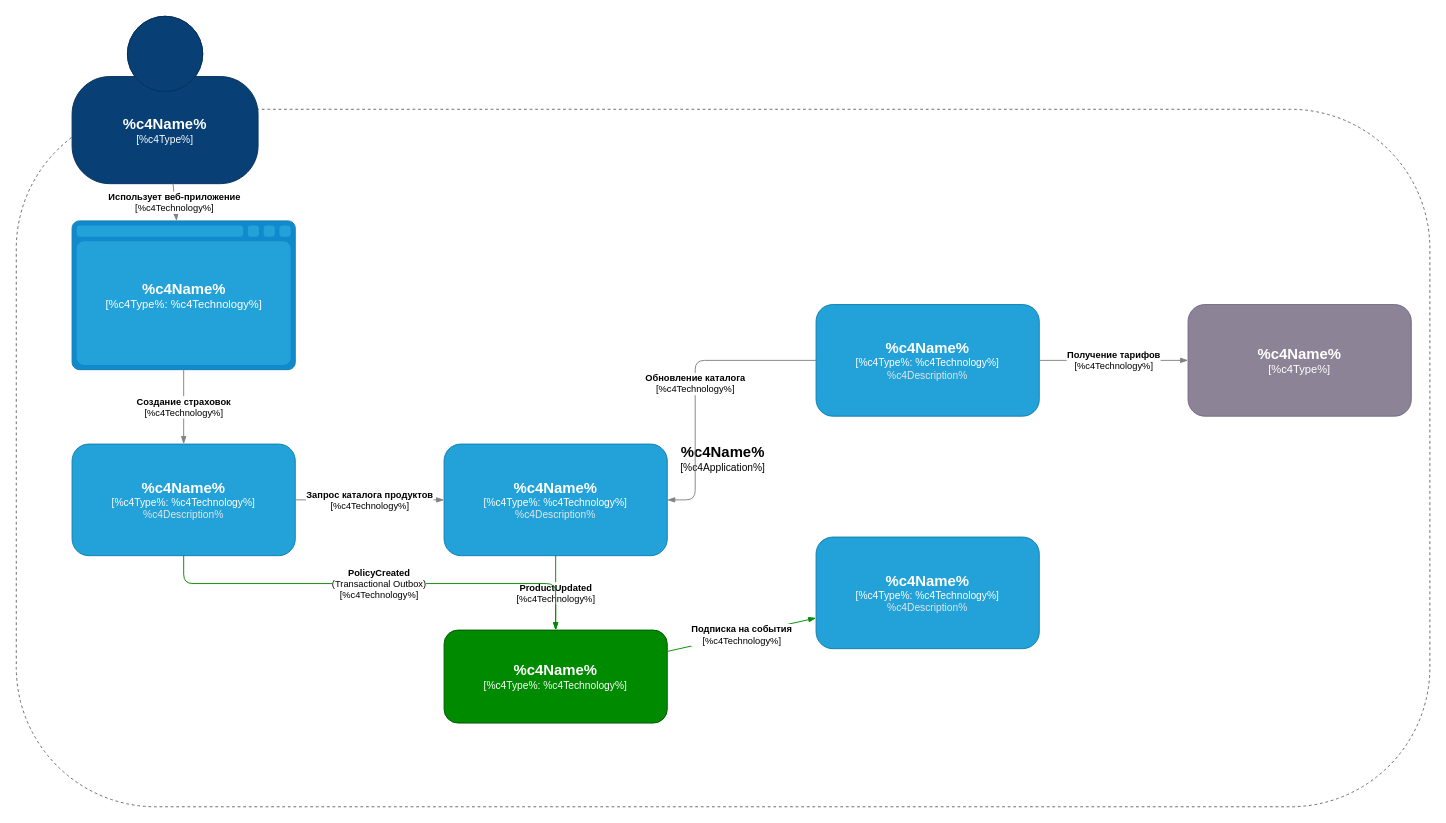
Above: Task3/InsureTech_C4_event-driven.drawio.xml in artyomich/architecture-insuretech (draw.io), before the change. Source tidied: cells renumbered, new cells numbered last; positions are measured from the earlier drawing's top-left corner, leaving out a move shared by most shapes. Both pictures are drawn from the tidied source at 93%, with x=0, y=0 at pixel (16, 16).
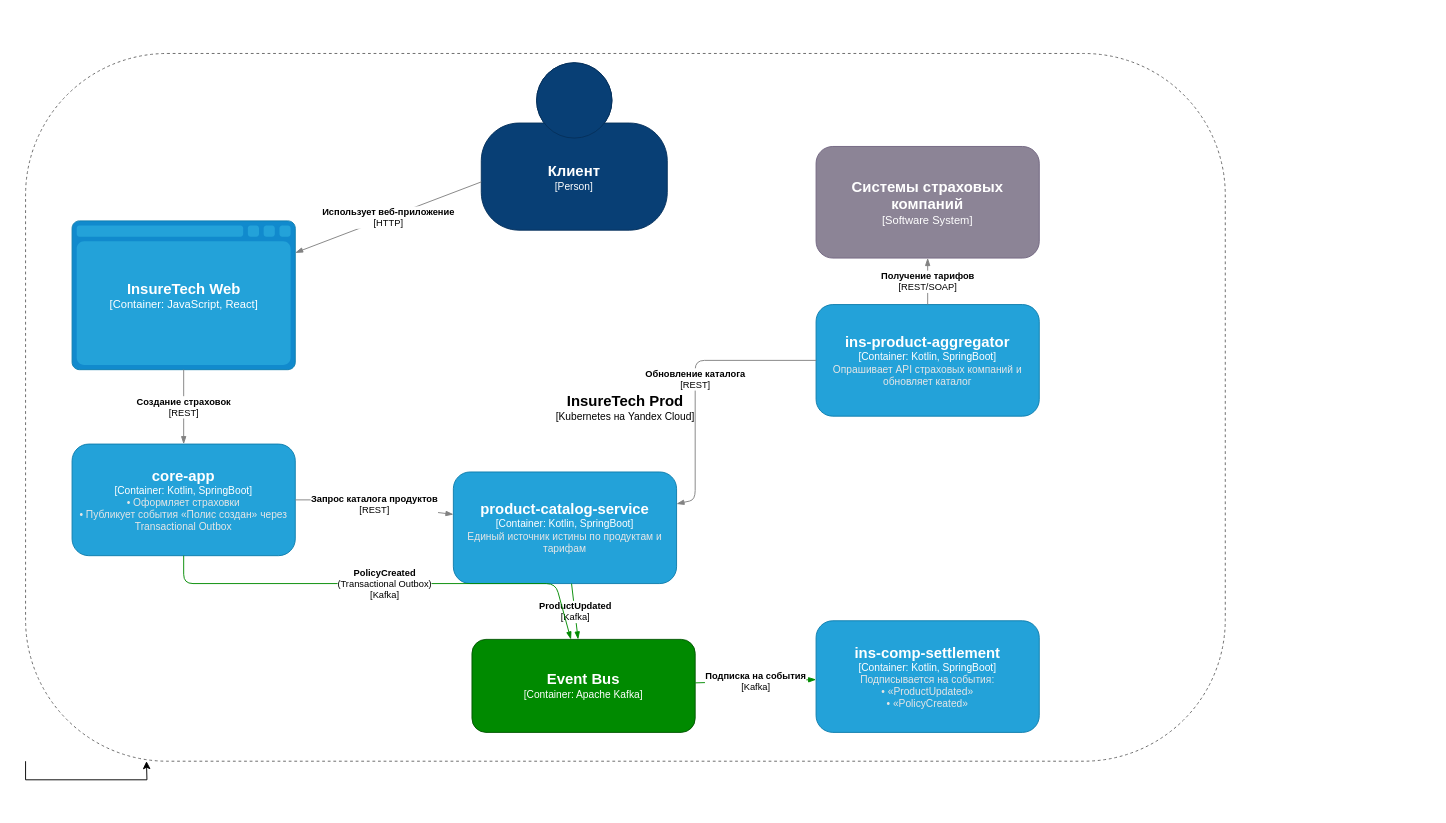
The same page after the edit.

What changed in the source:
```diff
@@
+    <mxCell id="19" style="edgeStyle=orthogonalEdgeStyle;rounded=0;jettySize=auto;html=1;exitX=0;exitY=1;exitDx=0;exitDy=0;" parent="1" edge="1" source="2">
+      <mxGeometry relative="1" as="geometry">
+        <mxPoint x="140" y="801" as="targetPoint" />
+      </mxGeometry>
+    </mxCell>
-    <mxCell id="2" value="&lt;font style=&quot;font-size: 16px&quot;&gt;&lt;b&gt;%c4Name%&lt;/b&gt;&lt;/font&gt;&lt;div&gt;[%c4Application%]&lt;/div&gt;" style="rounded=1;fontSize=11;whiteSpace=wrap;html=1;dashed=1;arcSize=20;fillColor=none;strokeColor=#666666;" parent="1" vertex="1">
-      <mxGeometry y="100" width="1520" height="750" as="geometry" />
+    <mxCell id="2" value="&lt;font style=&quot;font-size: 16px&quot;&gt;&lt;b&gt;InsureTech Prod&lt;/b&gt;&lt;/font&gt;&lt;div&gt;[Kubernetes на Yandex Cloud]&lt;/div&gt;" style="rounded=1;fontSize=11;whiteSpace=wrap;html=1;dashed=1;arcSize=20;fillColor=none;strokeColor=#666666;" parent="1" vertex="1">
+      <mxGeometry x="10" y="40" width="1290" height="761" as="geometry" />
     </mxCell>
-    <mxCell id="3" value="&lt;font style=&quot;font-size: 16px&quot;&gt;&lt;b&gt;%c4Name%&lt;/b&gt;&lt;/font&gt;&lt;div&gt;[%c4Type%]&lt;/div&gt;" style="html=1;fontSize=11;whiteSpace=wrap;fillColor=#083F75;strokeColor=#06315C;fontColor=#ffffff;shape=mxgraph.c4.person2;" parent="1" vertex="1">
-      <mxGeometry x="60" width="200" height="180" as="geometry" />
+    <mxCell id="3" value="&lt;font style=&quot;font-size: 16px&quot;&gt;&lt;b&gt;Клиент&lt;/b&gt;&lt;/font&gt;&lt;div&gt;[Person]&lt;/div&gt;" style="html=1;fontSize=11;whiteSpace=wrap;fillColor=#083F75;strokeColor=#06315C;fontColor=#ffffff;shape=mxgraph.c4.person2;" parent="1" vertex="1">
+      <mxGeometry x="500" y="50" width="200" height="180" as="geometry" />
     </mxCell>
-    <mxCell id="4" value="&lt;font style=&quot;font-size: 16px&quot;&gt;&lt;b&gt;%c4Name%&lt;/b&gt;&lt;/font&gt;&lt;div&gt;[%c4Type%: %c4Technology%]&lt;/div&gt;" style="shape=mxgraph.c4.webBrowserContainer2;html=1;fillColor=#23A2D9;strokeColor=#118ACD;fontColor=#ffffff;" parent="1" vertex="1">
+    <mxCell id="4" value="&lt;font style=&quot;font-size: 16px&quot;&gt;&lt;b&gt;InsureTech Web&lt;/b&gt;&lt;/font&gt;&lt;div&gt;[Container: JavaScript, React]&lt;/div&gt;" style="shape=mxgraph.c4.webBrowserContainer2;html=1;fillColor=#23A2D9;strokeColor=#118ACD;fontColor=#ffffff;" parent="1" vertex="1">
       <mxGeometry x="60" y="220" width="240" height="160" as="geometry" />
     </mxCell>
-    <mxCell id="5" value="&lt;font style=&quot;font-size: 16px&quot;&gt;&lt;b&gt;%c4Name%&lt;/b&gt;&lt;/font&gt;&lt;div&gt;[%c4Type%: %c4Technology%]&lt;/div&gt;&lt;div&gt;&lt;font style=&quot;font-size: 11px; color: #E6E6E6&quot;&gt;%c4Description%&lt;/font&gt;&lt;/div&gt;" style="rounded=1;whiteSpace=wrap;html=1;fontSize=11;fillColor=#23A2D9;fontColor=#ffffff;align=center;strokeColor=#0E7DAD;" parent="1" vertex="1">
+    <mxCell id="5" value="&lt;font style=&quot;font-size: 16px&quot;&gt;&lt;b&gt;core-app&lt;/b&gt;&lt;/font&gt;&lt;div&gt;[Container: Kotlin, SpringBoot]&lt;/div&gt;&lt;div&gt;&lt;font style=&quot;font-size: 11px; color: #E6E6E6&quot;&gt;• Оформляет страховки&#10;• Публикует события «Полис создан» через Transactional Outbox&lt;/font&gt;&lt;/div&gt;" style="rounded=1;whiteSpace=wrap;html=1;fontSize=11;fillColor=#23A2D9;fontColor=#ffffff;align=center;strokeColor=#0E7DAD;" parent="1" vertex="1">
       <mxGeometry x="60" y="460" width="240" height="120" as="geometry" />
     </mxCell>
-    <mxCell id="6" value="&lt;font style=&quot;font-size: 16px&quot;&gt;&lt;b&gt;%c4Name%&lt;/b&gt;&lt;/font&gt;&lt;div&gt;[%c4Type%: %c4Technology%]&lt;/div&gt;&lt;div&gt;&lt;font style=&quot;font-size: 11px; color: #E6E6E6&quot;&gt;%c4Description%&lt;/font&gt;&lt;/div&gt;" style="rounded=1;whiteSpace=wrap;html=1;fontSize=11;fillColor=#23A2D9;fontColor=#ffffff;align=center;strokeColor=#0E7DAD;" parent="1" vertex="1">
-      <mxGeometry x="460" y="460" width="240" height="120" as="geometry" />
+    <mxCell id="6" value="&lt;font style=&quot;font-size: 16px&quot;&gt;&lt;b&gt;product-catalog-service&lt;/b&gt;&lt;/font&gt;&lt;div&gt;[Container: Kotlin, SpringBoot]&lt;/div&gt;&lt;div&gt;&lt;font style=&quot;font-size: 11px; color: #E6E6E6&quot;&gt;Единый источник истины по продуктам и тарифам&lt;/font&gt;&lt;/div&gt;" style="rounded=1;whiteSpace=wrap;html=1;fontSize=11;fillColor=#23A2D9;fontColor=#ffffff;align=center;strokeColor=#0E7DAD;" parent="1" vertex="1">
+      <mxGeometry x="470" y="490" width="240" height="120" as="geometry" />
     </mxCell>
-    <mxCell id="7" value="&lt;font style=&quot;font-size: 16px&quot;&gt;&lt;b&gt;%c4Name%&lt;/b&gt;&lt;/font&gt;&lt;div&gt;[%c4Type%: %c4Technology%]&lt;/div&gt;&lt;div&gt;&lt;font style=&quot;font-size: 11px; color: #E6E6E6&quot;&gt;%c4Description%&lt;/font&gt;&lt;/div&gt;" style="rounded=1;whiteSpace=wrap;html=1;fontSize=11;fillColor=#23A2D9;fontColor=#ffffff;align=center;strokeColor=#0E7DAD;" parent="1" vertex="1">
+    <mxCell id="7" value="&lt;font style=&quot;font-size: 16px&quot;&gt;&lt;b&gt;ins-product-aggregator&lt;/b&gt;&lt;/font&gt;&lt;div&gt;[Container: Kotlin, SpringBoot]&lt;/div&gt;&lt;div&gt;&lt;font style=&quot;font-size: 11px; color: #E6E6E6&quot;&gt;Опрашивает API страховых компаний и обновляет каталог&lt;/font&gt;&lt;/div&gt;" style="rounded=1;whiteSpace=wrap;html=1;fontSize=11;fillColor=#23A2D9;fontColor=#ffffff;align=center;strokeColor=#0E7DAD;" parent="1" vertex="1">
       <mxGeometry x="860" y="310" width="240" height="120" as="geometry" />
     </mxCell>
-    <mxCell id="8" value="&lt;font style=&quot;font-size: 16px&quot;&gt;&lt;b&gt;%c4Name%&lt;/b&gt;&lt;/font&gt;&lt;div&gt;[%c4Type%: %c4Technology%]&lt;/div&gt;&lt;div&gt;&lt;font style=&quot;font-size: 11px; color: #E6E6E6&quot;&gt;%c4Description%&lt;/font&gt;&lt;/div&gt;" style="rounded=1;whiteSpace=wrap;html=1;fontSize=11;fillColor=#23A2D9;fontColor=#ffffff;align=center;strokeColor=#0E7DAD;" parent="1" vertex="1">
-      <mxGeometry x="860" y="560" width="240" height="120" as="geometry" />
+    <mxCell id="8" value="&lt;font style=&quot;font-size: 16px&quot;&gt;&lt;b&gt;ins-comp-settlement&lt;/b&gt;&lt;/font&gt;&lt;div&gt;[Container: Kotlin, SpringBoot]&lt;/div&gt;&lt;div&gt;&lt;font style=&quot;font-size: 11px; color: #E6E6E6&quot;&gt;Подписывается на события:&#10;• «ProductUpdated»&#10;• «PolicyCreated»&lt;/font&gt;&lt;/div&gt;" style="rounded=1;whiteSpace=wrap;html=1;fontSize=11;fillColor=#23A2D9;fontColor=#ffffff;align=center;strokeColor=#0E7DAD;" parent="1" vertex="1">
+      <mxGeometry x="860" y="650" width="240" height="120" as="geometry" />
     </mxCell>
-    <mxCell id="9" value="&lt;font style=&quot;font-size: 16px&quot;&gt;&lt;b&gt;%c4Name%&lt;/b&gt;&lt;/font&gt;&lt;div&gt;[%c4Type%: %c4Technology%]&lt;/div&gt;" style="rounded=1;whiteSpace=wrap;html=1;fontSize=11;fillColor=#008a00;fontColor=#ffffff;align=center;strokeColor=#005700;" parent="1" vertex="1">
-      <mxGeometry x="460" y="660" width="240" height="100" as="geometry" />
+    <mxCell id="9" value="&lt;font style=&quot;font-size: 16px&quot;&gt;&lt;b&gt;Event Bus&lt;/b&gt;&lt;/font&gt;&lt;div&gt;[Container: Apache Kafka]&lt;/div&gt;" style="rounded=1;whiteSpace=wrap;html=1;fontSize=11;fillColor=#008a00;fontColor=#ffffff;align=center;strokeColor=#005700;" parent="1" vertex="1">
+      <mxGeometry x="490" y="670" width="240" height="100" as="geometry" />
     </mxCell>
-    <mxCell id="10" value="&lt;font style=&quot;font-size: 16px&quot;&gt;&lt;b&gt;%c4Name%&lt;/b&gt;&lt;/font&gt;&lt;div&gt;[%c4Type%]&lt;/div&gt;" style="rounded=1;whiteSpace=wrap;html=1;fillColor=#8C8496;fontColor=#ffffff;align=center;strokeColor=#736782;" parent="1" vertex="1">
-      <mxGeometry x="1260" y="310" width="240" height="120" as="geometry" />
+    <mxCell id="10" value="&lt;font style=&quot;font-size: 16px&quot;&gt;&lt;b&gt;Системы страховых компаний&lt;/b&gt;&lt;/font&gt;&lt;div&gt;[Software System]&lt;/div&gt;" style="rounded=1;whiteSpace=wrap;html=1;fillColor=#8C8496;fontColor=#ffffff;align=center;strokeColor=#736782;" parent="1" vertex="1">
+      <mxGeometry x="860" y="140" width="240" height="120" as="geometry" />
     </mxCell>
-    <mxCell id="11" value="&lt;b&gt;Использует веб-приложение&lt;/b&gt;&lt;br&gt;[%c4Technology%]" style="endArrow=blockThin;html=1;fontSize=10;strokeColor=#828282;" parent="1" edge="1" source="3" target="4">
+    <mxCell id="11" value="&lt;b&gt;Использует веб-приложение&lt;/b&gt;&lt;br&gt;[HTTP]" style="endArrow=blockThin;html=1;fontSize=10;strokeColor=#828282;" parent="1" edge="1" source="3" target="4">
       <mxGeometry relative="1" as="geometry" />
     </mxCell>
-    <mxCell id="12" value="&lt;b&gt;Создание страховок&lt;/b&gt;&lt;br&gt;[%c4Technology%]" style="endArrow=blockThin;html=1;fontSize=10;strokeColor=#828282;" parent="1" edge="1" source="4" target="5">
+    <mxCell id="12" value="&lt;b&gt;Создание страховок&lt;/b&gt;&lt;br&gt;[REST]" style="endArrow=blockThin;html=1;fontSize=10;strokeColor=#828282;" parent="1" edge="1" source="4" target="5">
       <mxGeometry relative="1" as="geometry" />
     </mxCell>
-    <mxCell id="13" value="&lt;b&gt;Запрос каталога продуктов&lt;/b&gt;&lt;br&gt;[%c4Technology%]" style="endArrow=blockThin;html=1;fontSize=10;strokeColor=#828282;" parent="1" edge="1" source="5" target="6">
+    <mxCell id="13" value="&lt;b&gt;Запрос каталога продуктов&lt;/b&gt;&lt;br&gt;[REST]" style="endArrow=blockThin;html=1;fontSize=10;strokeColor=#828282;" parent="1" edge="1" source="5" target="6">
       <mxGeometry relative="1" as="geometry">
         <Array as="points">
           <mxPoint x="340" y="520" />
           <mxPoint x="340" y="520" />
         </Array>
       </mxGeometry>
     </mxCell>
-    <mxCell id="14" value="&lt;b&gt;ProductUpdated&lt;/b&gt;&lt;br&gt;[%c4Technology%]" style="endArrow=blockThin;html=1;fontSize=10;strokeColor=#008a00;" parent="1" edge="1" source="6" target="9">
+    <mxCell id="14" value="&lt;b&gt;ProductUpdated&lt;/b&gt;&lt;br&gt;[Kafka]" style="endArrow=blockThin;html=1;fontSize=10;strokeColor=#008a00;" parent="1" edge="1" source="6" target="9">
       <mxGeometry relative="1" as="geometry" />
     </mxCell>
-    <mxCell id="15" value="&lt;b&gt;PolicyCreated&lt;/b&gt;&lt;br&gt;(Transactional Outbox)&lt;br&gt;[%c4Technology%]" style="endArrow=blockThin;html=1;fontSize=10;strokeColor=#008a00;" parent="1" edge="1" source="5" target="9">
+    <mxCell id="15" value="&lt;b&gt;PolicyCreated&lt;/b&gt;&lt;br&gt;(Transactional Outbox)&lt;br&gt;[Kafka]" style="endArrow=blockThin;html=1;fontSize=10;strokeColor=#008a00;" parent="1" edge="1" source="5" target="9">
       <mxGeometry relative="1" as="geometry">
         <Array as="points">
           <mxPoint x="180" y="610" />
           <mxPoint x="580" y="610" />
         </Array>
       </mxGeometry>
     </mxCell>
-    <mxCell id="16" value="&lt;b&gt;Подписка на события&lt;/b&gt;&lt;br&gt;[%c4Technology%]" style="endArrow=blockThin;html=1;fontSize=10;strokeColor=#008a00;" parent="1" edge="1" source="9" target="8">
+    <mxCell id="16" value="&lt;b&gt;Подписка на события&lt;/b&gt;&lt;br&gt;[Kafka]" style="endArrow=blockThin;html=1;fontSize=10;strokeColor=#008a00;" parent="1" edge="1" source="9" target="8">
       <mxGeometry relative="1" as="geometry" />
     </mxCell>
-    <mxCell id="17" value="&lt;b&gt;Получение тарифов&lt;/b&gt;&lt;br&gt;[%c4Technology%]" style="endArrow=blockThin;html=1;fontSize=10;strokeColor=#828282;" parent="1" edge="1" source="7" target="10">
+    <mxCell id="17" value="&lt;b&gt;Получение тарифов&lt;/b&gt;&lt;br&gt;[REST/SOAP]" style="endArrow=blockThin;html=1;fontSize=10;strokeColor=#828282;" parent="1" edge="1" source="7" target="10">
       <mxGeometry relative="1" as="geometry" />
     </mxCell>
-    <mxCell id="18" value="&lt;b&gt;Обновление каталога&lt;/b&gt;&lt;br&gt;[%c4Technology%]" style="endArrow=blockThin;html=1;fontSize=10;strokeColor=#828282;" parent="1" edge="1" source="7" target="6">
+    <mxCell id="18" value="&lt;b&gt;Обновление каталога&lt;/b&gt;&lt;br&gt;[REST]" style="endArrow=blockThin;html=1;fontSize=10;strokeColor=#828282;" parent="1" edge="1" source="7" target="6">
       <mxGeometry relative="1" as="geometry">
         <Array as="points">
           <mxPoint x="730" y="370" />
           <mxPoint x="730" y="520" />
         </Array>
       </mxGeometry>
     </mxCell>
```
